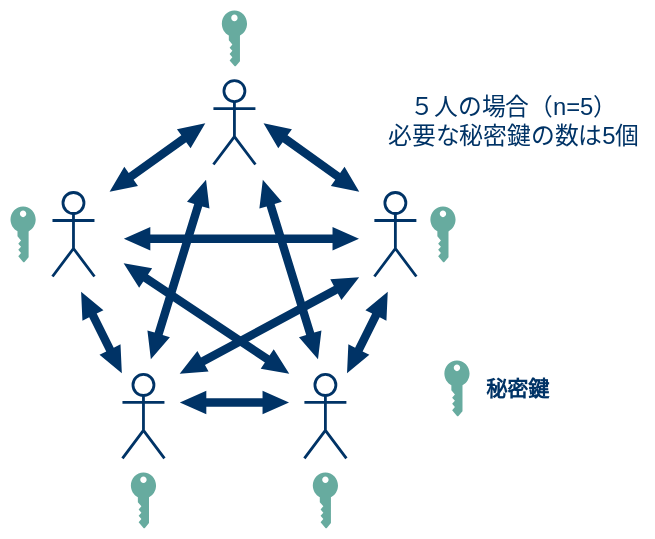
Above: img/6-share-pubkey.svg in akakou-doc/pubkey-crypto (draw.io), before the change. Source tidied: cells renumbered, new cells last; positions are measured from the earlier drawing's top-left corner, leaving out a move shared by most shapes.
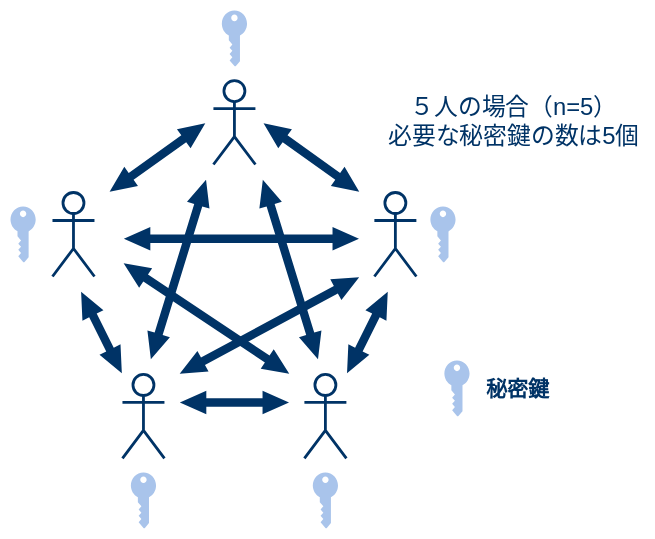
After the commit.

Change to the diagram source:
```diff
@@ -79,22 +79,22 @@
     <mxCell id="17" value="&lt;font color=&quot;#003366&quot;&gt;&lt;span style=&quot;font-size: 17px&quot;&gt;５人の場合（n=5）&lt;br&gt;必要な秘密鍵の数は5個&lt;br&gt;&lt;/span&gt;&lt;/font&gt;" style="text;html=1;strokeColor=none;fillColor=none;align=center;verticalAlign=middle;whiteSpace=wrap;rounded=0;dashed=1;" parent="1" vertex="1">
       <mxGeometry x="260" y="63" width="200" height="34" as="geometry" />
     </mxCell>
-    <mxCell id="18" style="verticalLabelPosition=bottom;html=1;verticalAlign=top;align=center;shape=mxgraph.cisco19.key;fillColor=#67AB9F;strokeColor=#FFFFFF;direction=south;strokeWidth=15;" parent="1" vertex="1">
+    <mxCell id="18" style="verticalLabelPosition=bottom;html=1;verticalAlign=top;align=center;shape=mxgraph.cisco19.key;fillColor=#A9C4EB;strokeColor=#FFFFFF;direction=south;strokeWidth=15;" parent="1" vertex="1">
       <mxGeometry x="151" width="18" height="40" as="geometry" />
     </mxCell>
-    <mxCell id="19" style="verticalLabelPosition=bottom;html=1;verticalAlign=top;align=center;shape=mxgraph.cisco19.key;fillColor=#67AB9F;strokeColor=#FFFFFF;direction=south;strokeWidth=15;" parent="1" vertex="1">
+    <mxCell id="19" style="verticalLabelPosition=bottom;html=1;verticalAlign=top;align=center;shape=mxgraph.cisco19.key;fillColor=#A9C4EB;strokeColor=#FFFFFF;direction=south;strokeWidth=15;" parent="1" vertex="1">
       <mxGeometry y="140" width="18" height="40" as="geometry" />
     </mxCell>
-    <mxCell id="20" style="verticalLabelPosition=bottom;html=1;verticalAlign=top;align=center;shape=mxgraph.cisco19.key;fillColor=#67AB9F;strokeColor=#FFFFFF;direction=south;strokeWidth=15;" parent="1" vertex="1">
+    <mxCell id="20" style="verticalLabelPosition=bottom;html=1;verticalAlign=top;align=center;shape=mxgraph.cisco19.key;fillColor=#A9C4EB;strokeColor=#FFFFFF;direction=south;strokeWidth=15;" parent="1" vertex="1">
       <mxGeometry x="86" y="330" width="18" height="40" as="geometry" />
     </mxCell>
-    <mxCell id="21" style="verticalLabelPosition=bottom;html=1;verticalAlign=top;align=center;shape=mxgraph.cisco19.key;fillColor=#67AB9F;strokeColor=#FFFFFF;direction=south;strokeWidth=15;" parent="1" vertex="1">
+    <mxCell id="21" style="verticalLabelPosition=bottom;html=1;verticalAlign=top;align=center;shape=mxgraph.cisco19.key;fillColor=#A9C4EB;strokeColor=#FFFFFF;direction=south;strokeWidth=15;" parent="1" vertex="1">
       <mxGeometry x="216" y="330" width="18" height="40" as="geometry" />
     </mxCell>
-    <mxCell id="22" style="verticalLabelPosition=bottom;html=1;verticalAlign=top;align=center;shape=mxgraph.cisco19.key;fillColor=#67AB9F;strokeColor=#FFFFFF;direction=south;strokeWidth=15;" parent="1" vertex="1">
+    <mxCell id="22" style="verticalLabelPosition=bottom;html=1;verticalAlign=top;align=center;shape=mxgraph.cisco19.key;fillColor=#A9C4EB;strokeColor=#FFFFFF;direction=south;strokeWidth=15;" parent="1" vertex="1">
       <mxGeometry x="300" y="140" width="18" height="40" as="geometry" />
     </mxCell>
-    <mxCell id="23" style="verticalLabelPosition=bottom;html=1;verticalAlign=top;align=center;shape=mxgraph.cisco19.key;fillColor=#67AB9F;strokeColor=#FFFFFF;direction=south;strokeWidth=15;" parent="1" vertex="1">
+    <mxCell id="23" style="verticalLabelPosition=bottom;html=1;verticalAlign=top;align=center;shape=mxgraph.cisco19.key;fillColor=#A9C4EB;strokeColor=#FFFFFF;direction=south;strokeWidth=15;" parent="1" vertex="1">
       <mxGeometry x="310" y="250" width="18" height="40" as="geometry" />
     </mxCell>
     <mxCell id="24" value="&lt;font color=&quot;#003366&quot; size=&quot;1&quot;&gt;&lt;b style=&quot;font-size: 15px&quot;&gt;秘密鍵&lt;/b&gt;&lt;/font&gt;" style="text;html=1;strokeColor=none;fillColor=none;align=center;verticalAlign=middle;whiteSpace=wrap;rounded=0;dashed=1;" parent="1" vertex="1">
```
